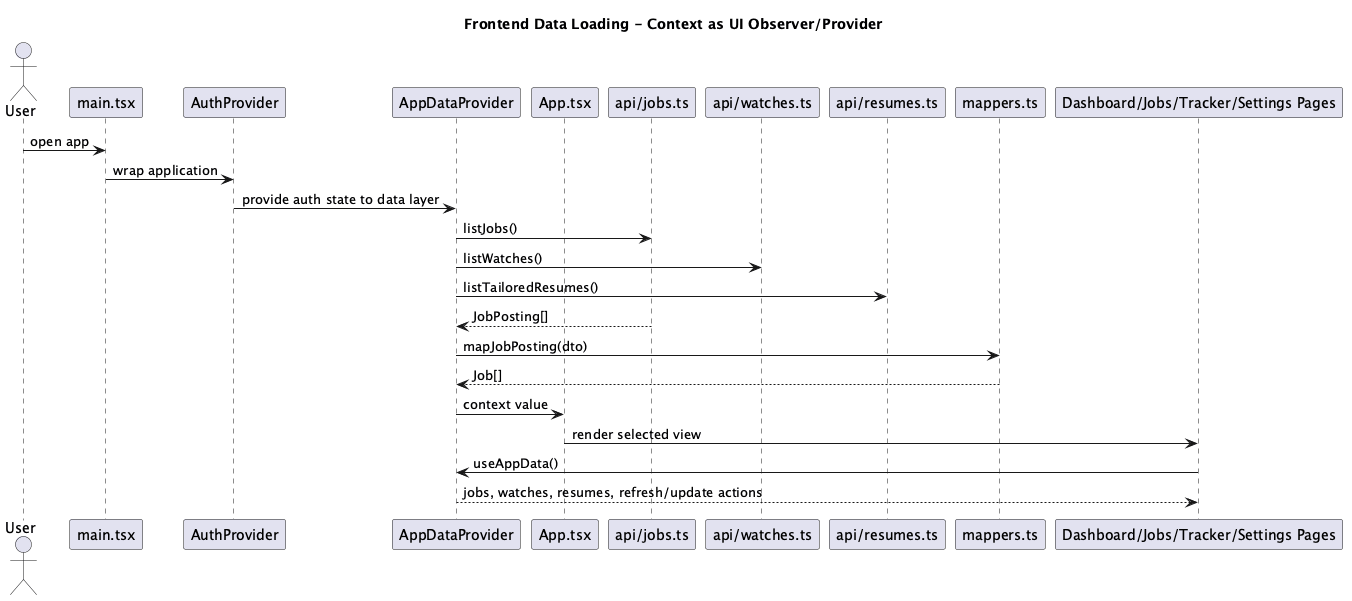
Earlier version of the PlantUML export docs/diagrams/png/NextOffer_Frontend_Data_Loading.png (Anmol-tech/NextOffer).
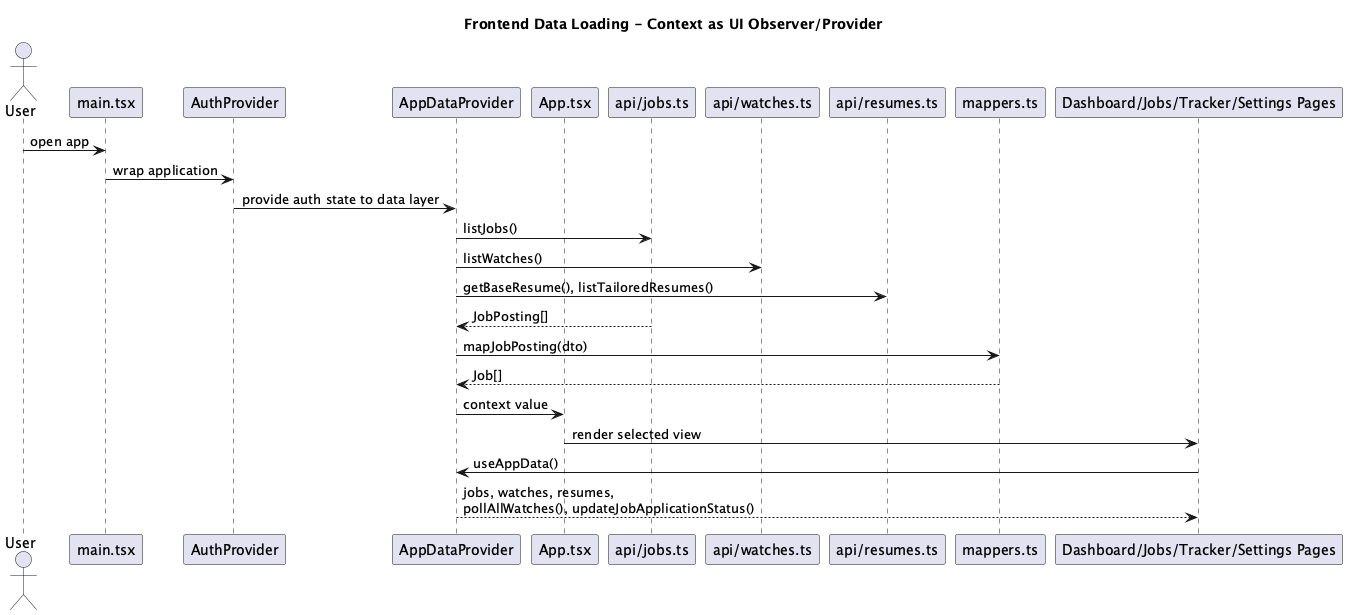
Above is the later version.

Change to the diagram source:
```diff
@@ -16,12 +16,12 @@
 AuthProvider -> AppDataProvider : provide auth state to data layer
 AppDataProvider -> JobsApi : listJobs()
 AppDataProvider -> WatchesApi : listWatches()
-AppDataProvider -> ResumesApi : listTailoredResumes()
+AppDataProvider -> ResumesApi : getBaseResume(), listTailoredResumes()
 JobsApi --> AppDataProvider : JobPosting[]
 AppDataProvider -> Mappers : mapJobPosting(dto)
 Mappers --> AppDataProvider : Job[]
 AppDataProvider -> App : context value
 App -> Pages : render selected view
 Pages -> AppDataProvider : useAppData()
-AppDataProvider --> Pages : jobs, watches, resumes, refresh/update actions
+AppDataProvider --> Pages : jobs, watches, resumes,\npollAllWatches(), updateJobApplicationStatus()
 @enduml
```
